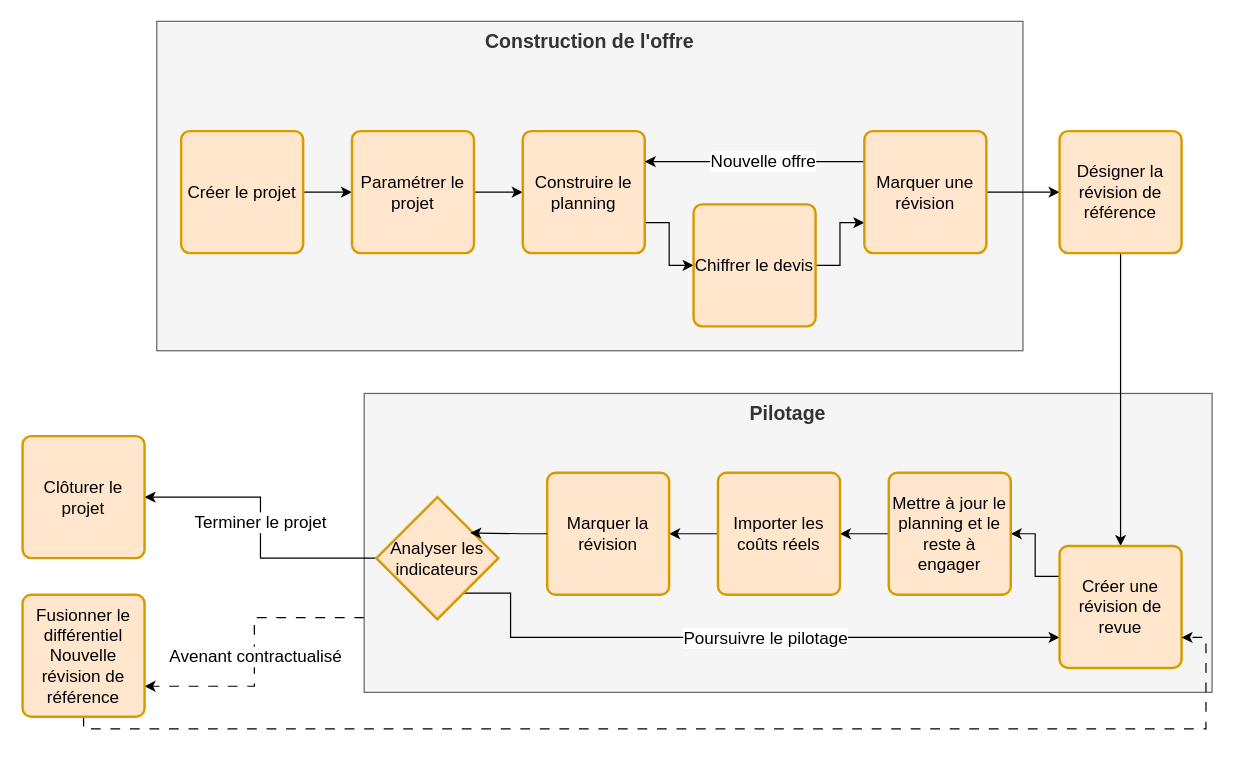
The draw.io diagram page "Flux de travail" (11 of 11) of docs/spec/waterfall.visuels.drawio in waterfall-project/wf-project, before the edit. Source tidied: cells renumbered, new cells numbered last; positions are measured from the earlier drawing's top-left corner, leaving out a move shared by most shapes. Both pictures are drawn from the tidied source at 122%, with x=0, y=0 at pixel (22, 21).
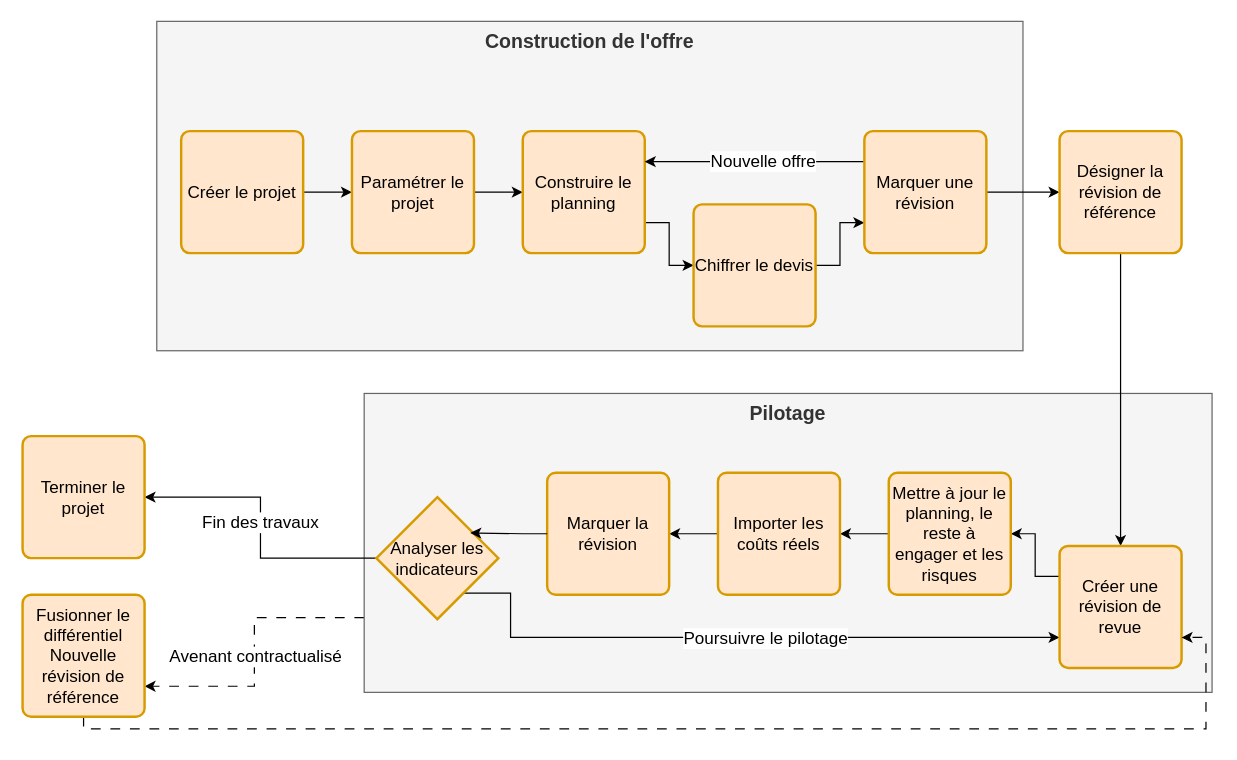
The same diagram, later.

Commit message (it also covers changes not shown here):
Spécification : figures 1, 16, 18, 19 et 20 mises à jour pour les constats de cohérence

The change refers to these unchanged cells:
```xml
<mxCell id="8" style="edgeStyle=orthogonalEdgeStyle;rounded=0;jettySize=auto;html=1;exitX=0;exitY=0.5;exitDx=0;exitDy=0;exitPerimeter=0;entryX=1;entryY=0.5;entryDx=0;entryDy=0;" parent="1" edge="1" source="10" target="32">
  <mxGeometry relative="1" as="geometry" />
</mxCell>
```

What changed in the source:
```diff
@@
-    <mxCell id="9" value="Terminer le projet" style="edgeLabel;html=1;align=center;verticalAlign=middle;fontSize=14;" parent="8" vertex="1">
+    <mxCell id="9" value="Fin des travaux" style="edgeLabel;html=1;align=center;verticalAlign=middle;fontSize=14;" parent="8" vertex="1">
       <mxGeometry x="0.04" y="1" relative="1" as="geometry" />
     </mxCell>
@@
-    <mxCell id="28" value="Mettre à jour le planning et le reste à engager" style="rounded=1;whiteSpace=wrap;html=1;absoluteArcSize=1;arcSize=14;strokeWidth=2;fontSize=14;fillColor=#ffe6cc;strokeColor=#d79b00;" parent="1" vertex="1">
+    <mxCell id="28" value="Mettre à jour le planning, le reste à engager et les risques" style="rounded=1;whiteSpace=wrap;html=1;absoluteArcSize=1;arcSize=14;strokeWidth=2;fontSize=14;fillColor=#ffe6cc;strokeColor=#d79b00;" parent="1" vertex="1">
       <mxGeometry x="710" y="370" width="100" height="100" as="geometry" />
     </mxCell>
@@
-    <mxCell id="32" value="Clôturer le projet" style="rounded=1;whiteSpace=wrap;html=1;absoluteArcSize=1;arcSize=14;strokeWidth=2;fontSize=14;fillColor=#ffe6cc;strokeColor=#d79b00;" parent="1" vertex="1">
+    <mxCell id="32" value="Terminer le projet" style="rounded=1;whiteSpace=wrap;html=1;absoluteArcSize=1;arcSize=14;strokeWidth=2;fontSize=14;fillColor=#ffe6cc;strokeColor=#d79b00;" parent="1" vertex="1">
       <mxGeometry y="340" width="100" height="100" as="geometry" />
     </mxCell>
```
